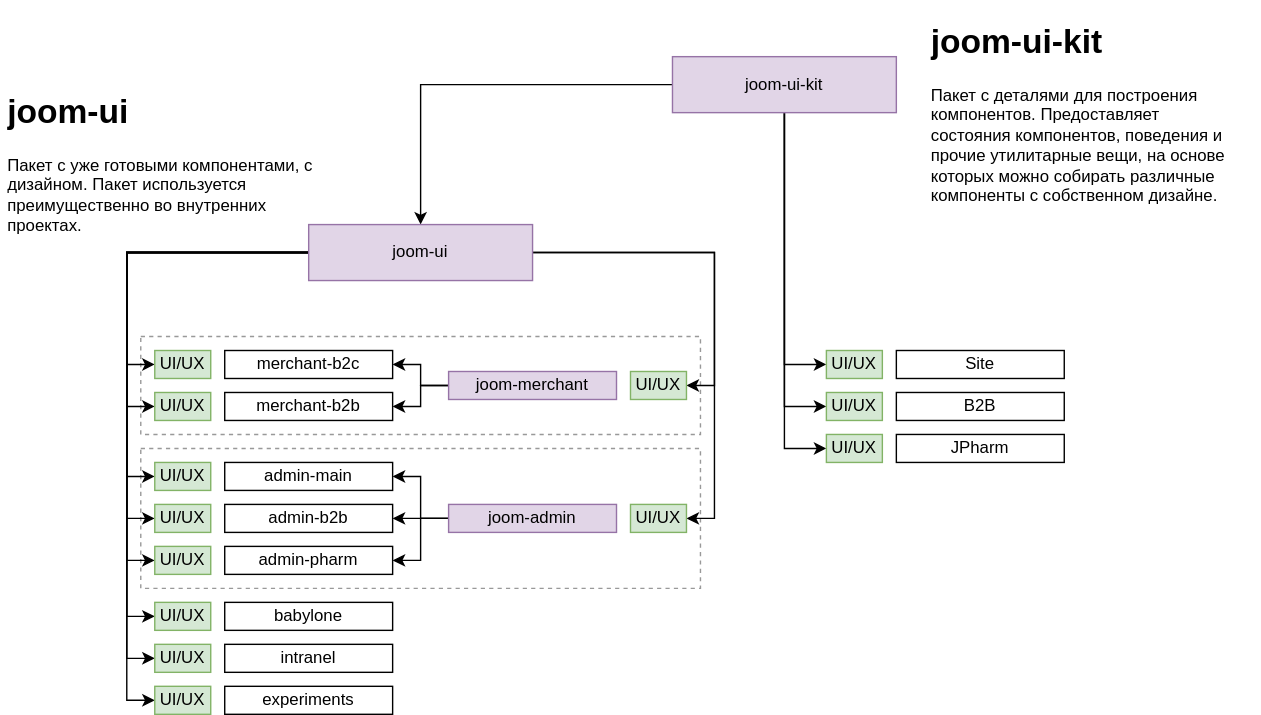
Earlier version of the draw.io export design-system-2.svg (ajile/draw-io). Source tidied: cells renumbered, new cells last; positions are measured from the earlier drawing's top-left corner, leaving out a move shared by most shapes.
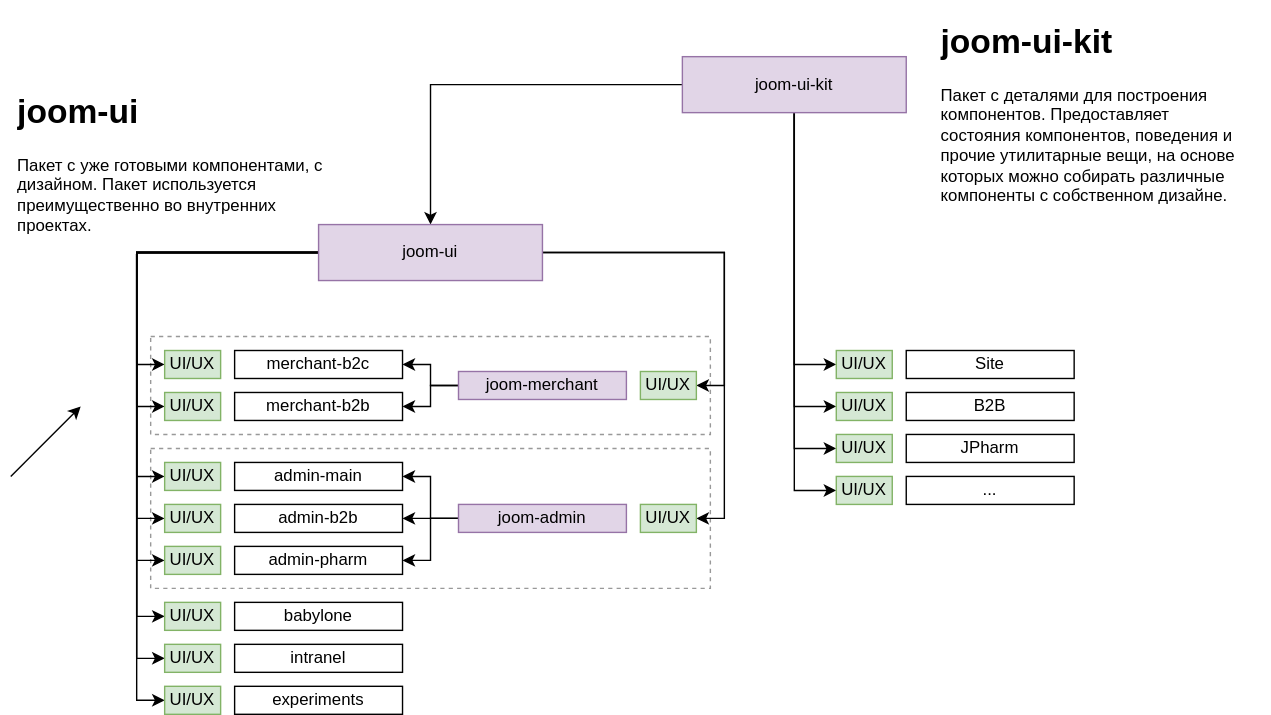
The same file after the commit.

What changed in the source:
```diff
@@ -20,6 +20,9 @@
     <mxCell id="7" style="edgeStyle=orthogonalEdgeStyle;rounded=0;jettySize=auto;html=1;entryX=0;entryY=0.5;entryDx=0;entryDy=0;" parent="1" edge="1" source="8" target="50">
       <mxGeometry relative="1" as="geometry" />
     </mxCell>
+    <mxCell id="53" style="edgeStyle=orthogonalEdgeStyle;rounded=0;jettySize=auto;html=1;entryX=0;entryY=0.5;entryDx=0;entryDy=0;" parent="1" edge="1" source="8" target="55">
+      <mxGeometry relative="1" as="geometry" />
+    </mxCell>
     <mxCell id="8" value="joom-ui-kit" style="rounded=0;whiteSpace=wrap;html=1;fillColor=#e1d5e7;strokeColor=#9673a6;" parent="1" vertex="1">
       <mxGeometry x="480" y="30" width="160" height="40" as="geometry" />
     </mxCell>
@@ -155,5 +158,17 @@
     <mxCell id="52" value="&lt;h1&gt;joom-ui&lt;/h1&gt;&lt;p&gt;Пакет с уже готовыми компонентами, с дизайном. Пакет используется преимущественно во внутренних проектах.&lt;/p&gt;" style="text;html=1;strokeColor=none;fillColor=none;spacing=5;spacingTop=-20;whiteSpace=wrap;overflow=hidden;rounded=0;dashed=1;" parent="1" vertex="1">
       <mxGeometry y="50" width="240" height="120" as="geometry" />
     </mxCell>
+    <mxCell id="54" value="..." style="rounded=0;whiteSpace=wrap;html=1;" parent="1" vertex="1">
+      <mxGeometry x="640" y="330" width="120" height="20" as="geometry" />
+    </mxCell>
+    <mxCell id="55" value="UI/UX" style="rounded=0;whiteSpace=wrap;html=1;fillColor=#d5e8d4;strokeColor=#82b366;" parent="1" vertex="1">
+      <mxGeometry x="590" y="330" width="40" height="20" as="geometry" />
+    </mxCell>
+    <mxCell id="56" style="endArrow=classic;html=1;" parent="1" edge="1">
+      <mxGeometry relative="1" as="geometry">
+        <mxPoint y="330" as="sourcePoint" />
+        <mxPoint x="50" y="280" as="targetPoint" />
+      </mxGeometry>
+    </mxCell>
   </root>
 </mxGraphModel>
```
